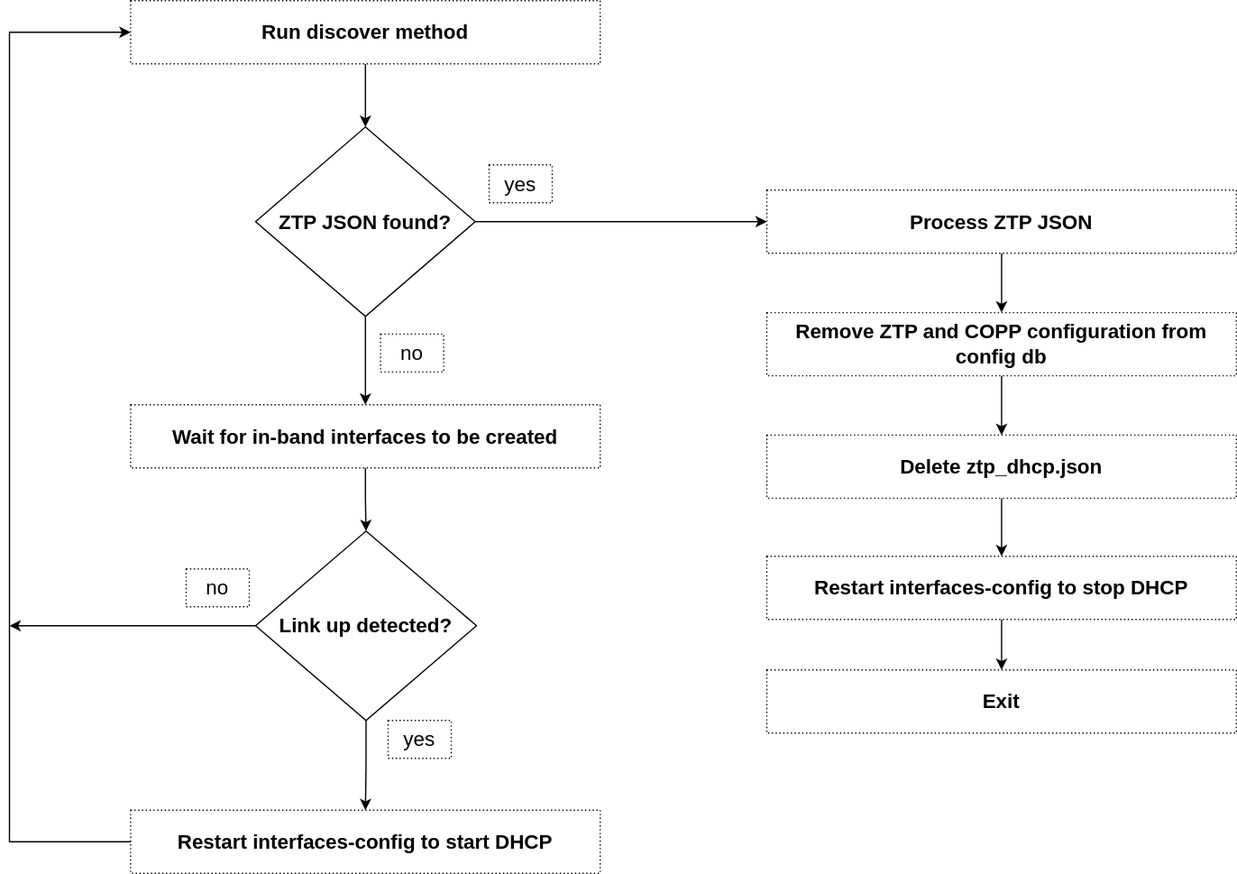
Before: doc/ztp/images/ztp-engine.svg, a diagram exported from draw.io (liorghub/SONiC). Source tidied: cells renumbered, new cells last; positions are measured from the earlier drawing's top-left corner, leaving out a move shared by most shapes.
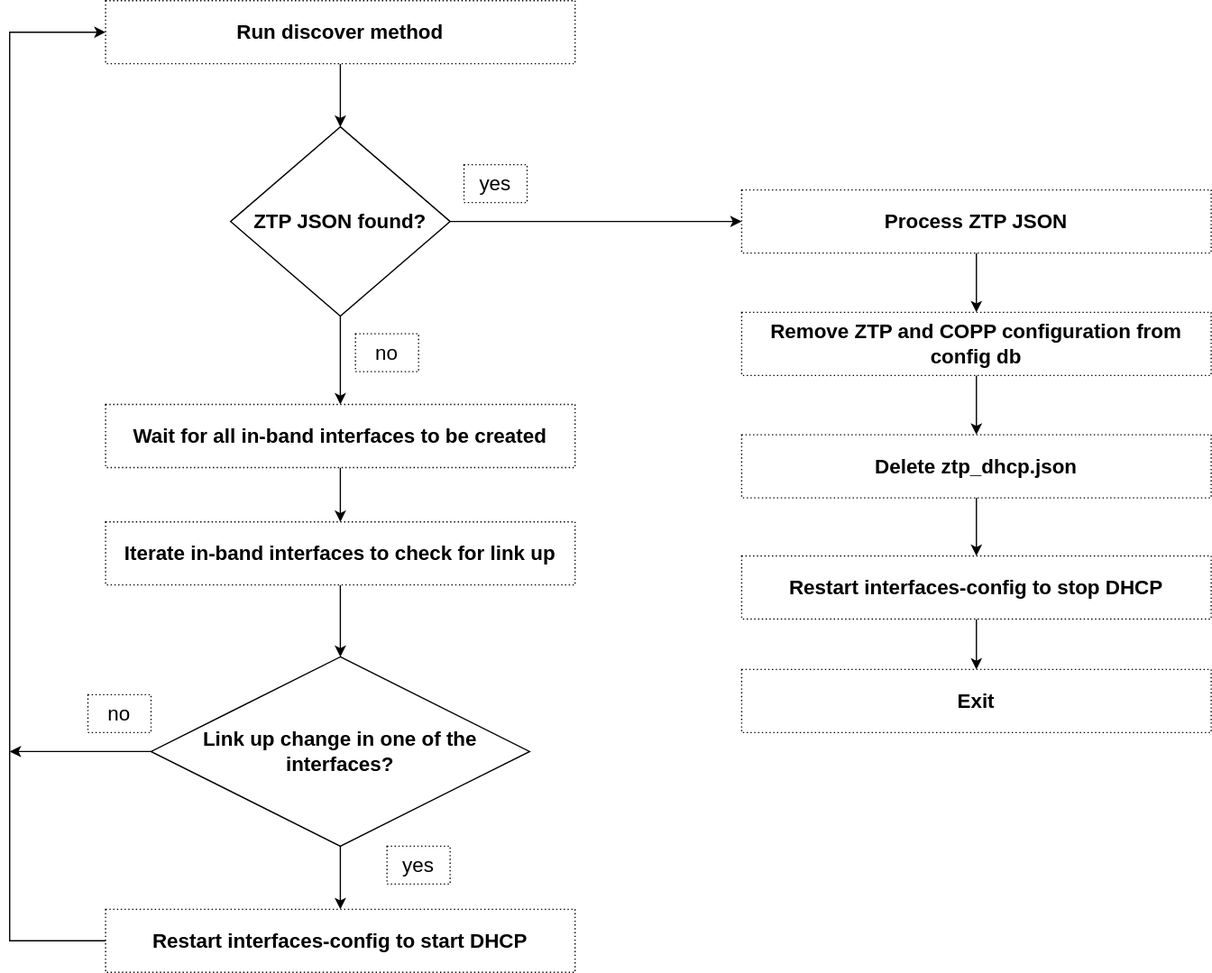
The same diagram one commit later.

Commit message:
Update 9 in-band ZTP HLD

The edit, as a diff of the source:
```diff
@@ -17,10 +17,10 @@
     <mxCell id="6" value="&lt;span style=&quot;font-size: 16px&quot;&gt;&lt;b&gt;ZTP JSON found?&lt;/b&gt;&lt;/span&gt;" style="rhombus;whiteSpace=wrap;html=1;" parent="1" vertex="1">
       <mxGeometry x="195" y="100" width="174" height="150" as="geometry" />
     </mxCell>
-    <mxCell id="7" style="edgeStyle=orthogonalEdgeStyle;rounded=0;jettySize=auto;html=1;entryX=0.5;entryY=0;entryDx=0;entryDy=0;" parent="1" edge="1" source="8" target="24">
-      <mxGeometry relative="1" as="geometry" />
-    </mxCell>
+    <mxCell id="27" style="edgeStyle=orthogonalEdgeStyle;rounded=0;jettySize=auto;html=1;" parent="1" edge="1" source="8" target="30">
+      <mxGeometry relative="1" as="geometry" />
+    </mxCell>
-    <mxCell id="8" value="Wait for in-band interfaces to be created" style="rounded=0;whiteSpace=wrap;html=1;dashed=1;dashPattern=1 2;fontSize=16;fontStyle=1;" parent="1" vertex="1">
+    <mxCell id="8" value="Wait for all in-band interfaces to be created" style="rounded=0;whiteSpace=wrap;html=1;dashed=1;dashPattern=1 2;fontSize=16;fontStyle=1;" parent="1" vertex="1">
       <mxGeometry x="96" y="320" width="372" height="50" as="geometry" />
     </mxCell>
     <mxCell id="9" value="no" style="whiteSpace=wrap;html=1;fontSize=16;dashed=1;dashPattern=1 2;" parent="1" vertex="1">
@@ -59,30 +59,36 @@
     <mxCell id="20" style="edgeStyle=orthogonalEdgeStyle;rounded=0;jettySize=auto;html=1;entryX=0;entryY=0.5;entryDx=0;entryDy=0;" parent="1" edge="1" source="21" target="3">
       <mxGeometry relative="1" as="geometry">
         <Array as="points">
-          <mxPoint y="666" />
-          <mxPoint y="25" />
+          <mxPoint x="20" y="745" />
+          <mxPoint x="20" y="25" />
         </Array>
       </mxGeometry>
     </mxCell>
     <mxCell id="21" value="Restart interfaces-config to start DHCP" style="rounded=0;whiteSpace=wrap;html=1;dashed=1;dashPattern=1 2;fontSize=16;fontStyle=1;" parent="1" vertex="1">
-      <mxGeometry x="96" y="641" width="372" height="50" as="geometry" />
+      <mxGeometry x="96" y="720" width="372" height="50" as="geometry" />
     </mxCell>
     <mxCell id="22" style="edgeStyle=orthogonalEdgeStyle;rounded=0;jettySize=auto;html=1;entryX=0.5;entryY=0;entryDx=0;entryDy=0;" parent="1" edge="1" source="24" target="21">
       <mxGeometry relative="1" as="geometry" />
     </mxCell>
-    <mxCell id="23" style="edgeStyle=orthogonalEdgeStyle;rounded=0;jettySize=auto;html=1;" parent="1" edge="1" source="24">
-      <mxGeometry relative="1" as="geometry">
-        <mxPoint y="495" as="targetPoint" />
-      </mxGeometry>
-    </mxCell>
+    <mxCell id="28" style="edgeStyle=orthogonalEdgeStyle;rounded=0;jettySize=auto;html=1;" parent="1" edge="1" source="24">
+      <mxGeometry relative="1" as="geometry">
+        <mxPoint x="20" y="595" as="targetPoint" />
+      </mxGeometry>
+    </mxCell>
-    <mxCell id="24" value="&lt;span style=&quot;font-size: 16px&quot;&gt;&lt;b&gt;Link up detected?&lt;/b&gt;&lt;/span&gt;" style="rhombus;whiteSpace=wrap;html=1;" parent="1" vertex="1">
-      <mxGeometry x="195" y="420" width="175" height="150" as="geometry" />
+    <mxCell id="24" value="&lt;span style=&quot;font-size: 16px&quot;&gt;&lt;b&gt;Link up change in one of the interfaces?&lt;/b&gt;&lt;/span&gt;" style="rhombus;whiteSpace=wrap;html=1;" parent="1" vertex="1">
+      <mxGeometry x="132" y="520" width="300" height="150" as="geometry" />
     </mxCell>
+    <mxCell id="26" value="no" style="whiteSpace=wrap;html=1;fontSize=16;dashed=1;dashPattern=1 2;" parent="1" vertex="1">
+      <mxGeometry x="82" y="550" width="50" height="30" as="geometry" />
+    </mxCell>
+    <mxCell id="29" style="edgeStyle=orthogonalEdgeStyle;rounded=0;jettySize=auto;html=1;entryX=0.5;entryY=0;entryDx=0;entryDy=0;" parent="1" edge="1" source="30" target="24">
+      <mxGeometry relative="1" as="geometry" />
+    </mxCell>
+    <mxCell id="30" value="Iterate in-band interfaces&amp;nbsp;to check for link up" style="rounded=0;whiteSpace=wrap;html=1;dashed=1;dashPattern=1 2;fontSize=16;fontStyle=1;" parent="1" vertex="1">
+      <mxGeometry x="96" y="413" width="372" height="50" as="geometry" />
+    </mxCell>
     <mxCell id="25" value="yes" style="whiteSpace=wrap;html=1;fontSize=16;dashed=1;dashPattern=1 2;" parent="1" vertex="1">
-      <mxGeometry x="300" y="570" width="50" height="30" as="geometry" />
+      <mxGeometry x="319" y="670" width="50" height="30" as="geometry" />
     </mxCell>
-    <mxCell id="26" value="no" style="whiteSpace=wrap;html=1;fontSize=16;dashed=1;dashPattern=1 2;" parent="1" vertex="1">
-      <mxGeometry x="140" y="450" width="50" height="30" as="geometry" />
-    </mxCell>
   </root>
 </mxGraphModel>
```
